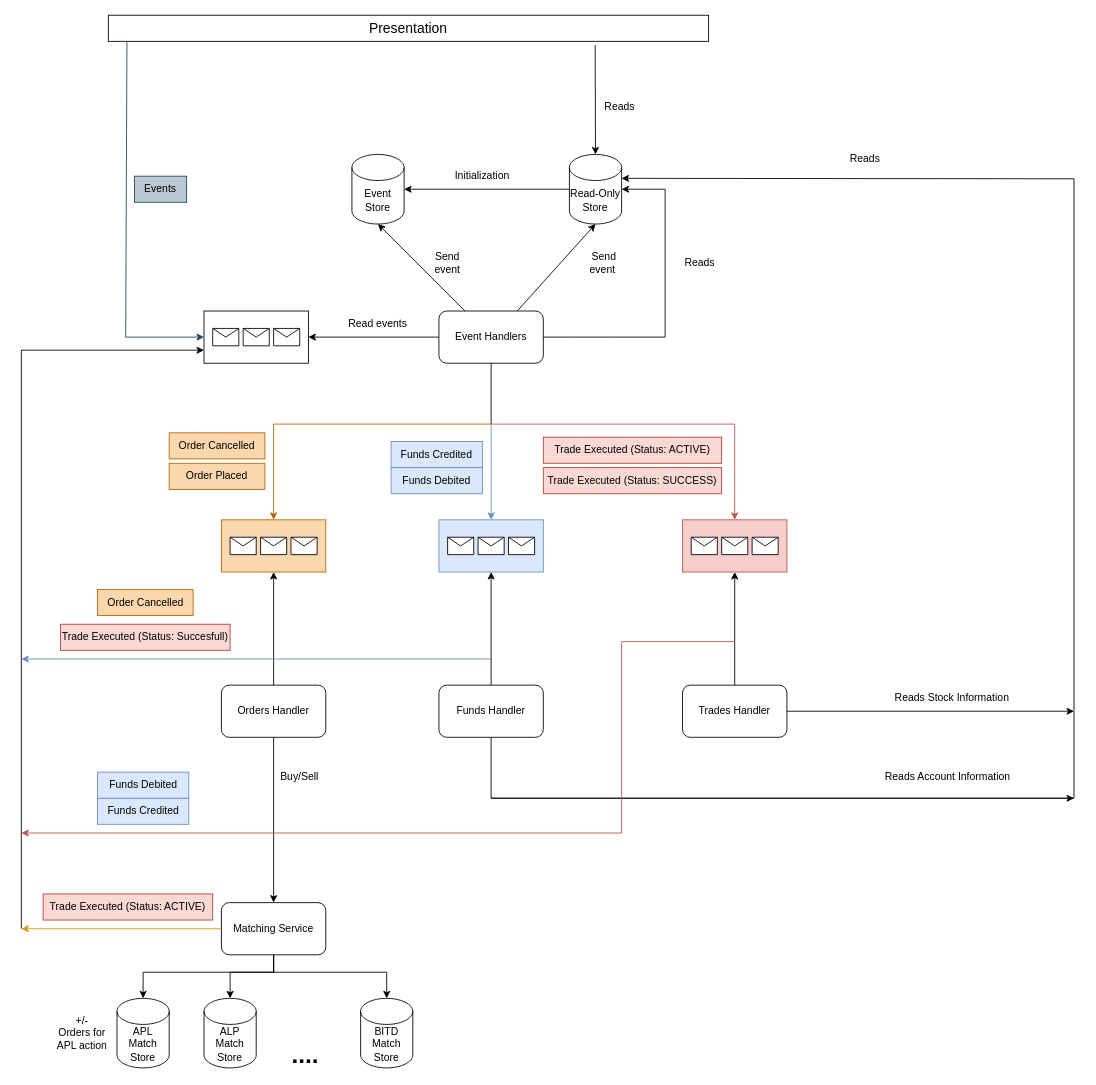
This is docs/trading_system.drawio from Raul072103/TradingApp, a draw.io file, before an edit. Source tidied: cells renumbered, new cells numbered last; positions are measured from the earlier drawing's top-left corner, leaving out a move shared by most shapes. Both pictures are drawn from the tidied source at 87%, with x=0, y=0 at pixel (21, 15).
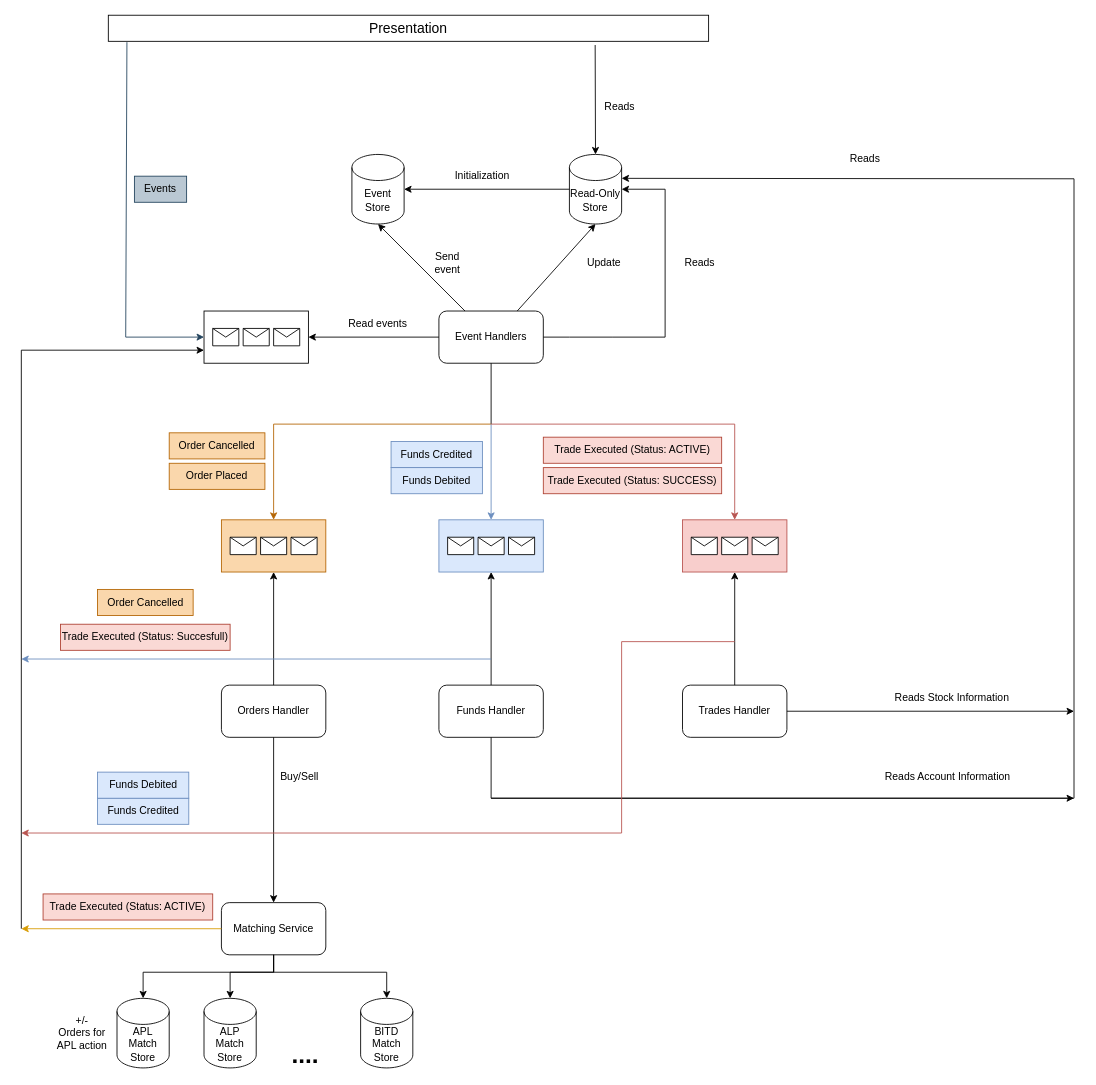
After the change.

Commit message (it also covers changes not shown here):
chore: remove unuseful commonets

Change to the diagram source:
```diff
@@
-    <mxCell id="19" value="Send&lt;br&gt;event&amp;nbsp;" style="text;html=1;strokeColor=none;fillColor=none;align=center;verticalAlign=middle;whiteSpace=wrap;rounded=0;" parent="1" vertex="1">
+    <mxCell id="19" value="Update" style="text;html=1;strokeColor=none;fillColor=none;align=center;verticalAlign=middle;whiteSpace=wrap;rounded=0;" parent="1" vertex="1">
       <mxGeometry x="640" y="270" width="60" height="30" as="geometry" />
     </mxCell>
```
